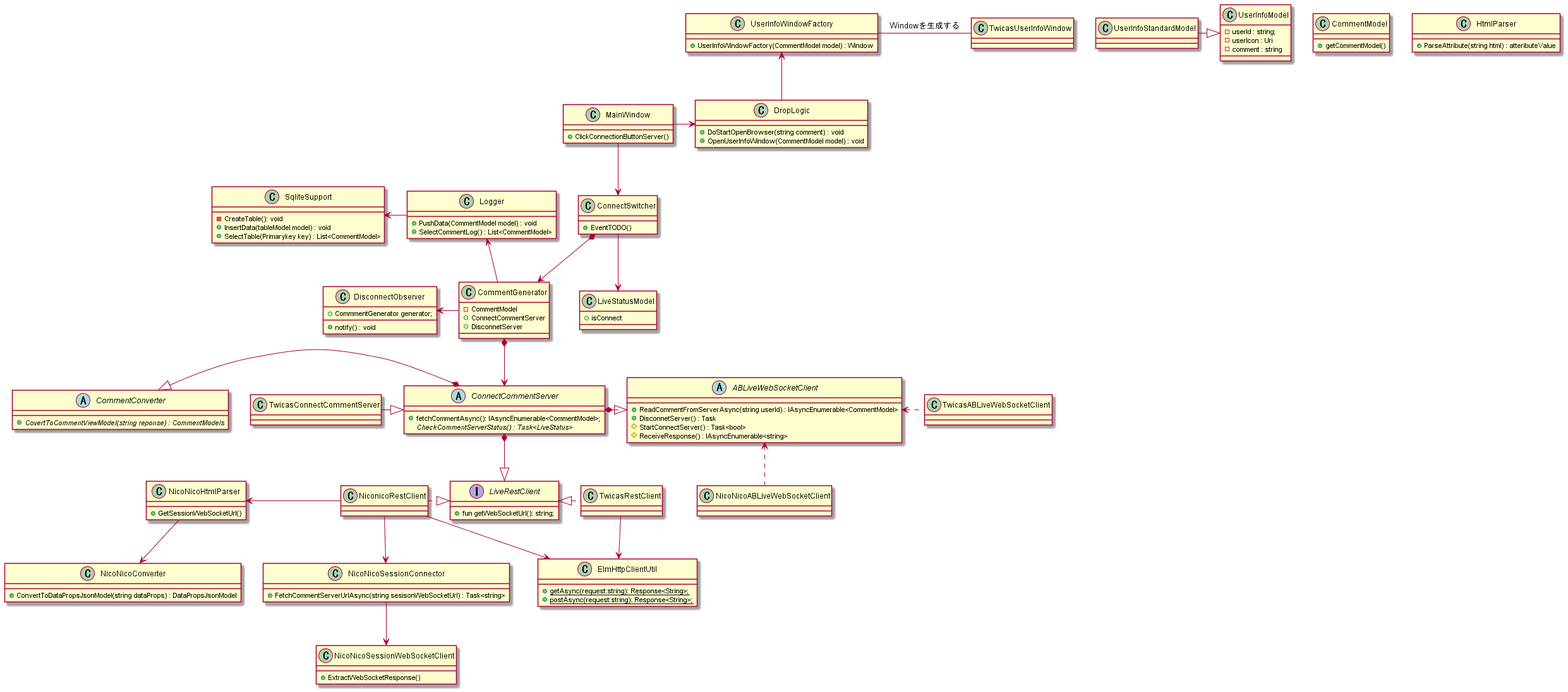
Before: ultra-comment-viewer/out/class-design/model/fetch-comment/コメント取得クラス図.png, a diagram exported from PlantUML (elm-niconico/AppDesign).
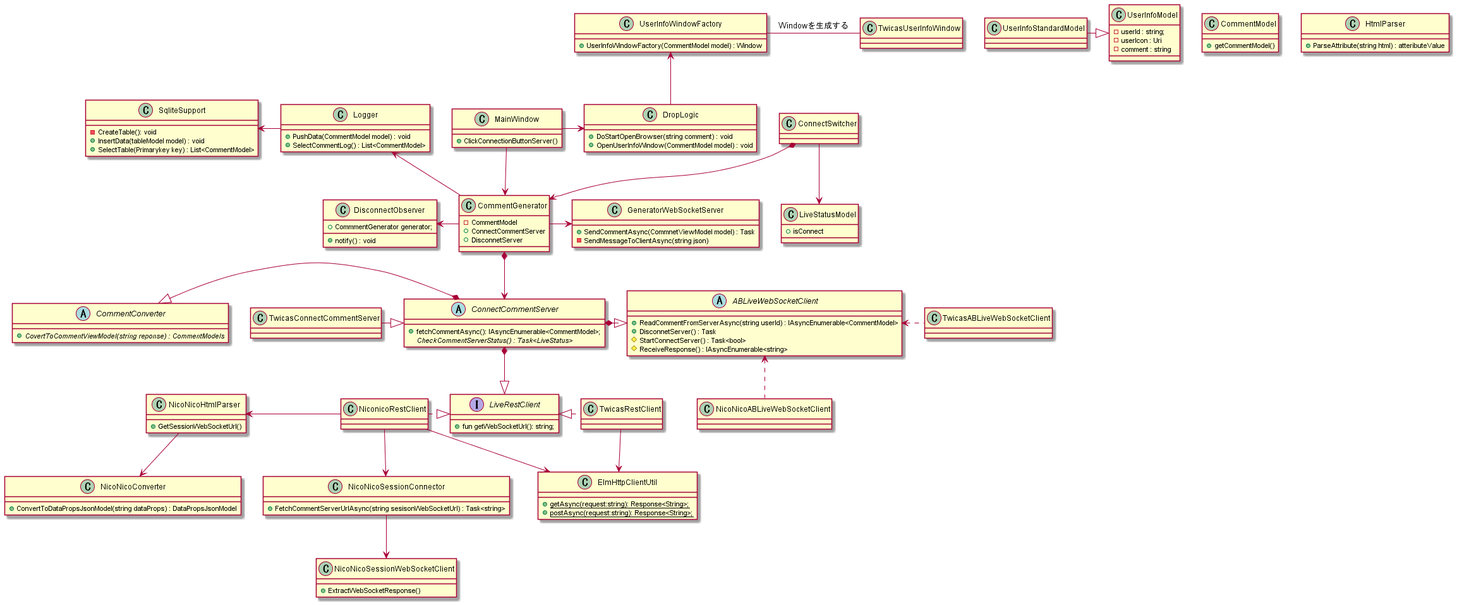
The same file after the commit.

What changed in the source:
```diff
@@ -15,21 +15,17 @@
         + ConnectCommentServer
         + DisconnetServer
     }
-    class ConnectSwitcher{
-        + EventTODO()
+
+    class GeneratorWebSocketServer{
+        + SendCommentAsync(CommnetViewModel model) : Task
+        - SendMessageToClientAsync(string json)
     }
-
-
 
     class UserInfoWindowFactory{
         + UserInfoWindowFactory(CommentModel model) : Window
     }
 
-
-
-
-
-    MainWindow --> ConnectSwitcher
+    MainWindow --> CommentGenerator
     CommentGenerator *-down-> ConnectCommentServer
     ConnectSwitcher *--> CommentGenerator
     ConnectSwitcher --> LiveStatusModel
@@ -115,7 +111,7 @@
         + ExtractWebSocketResponse()
     }
 
-
+    CommentGenerator -> GeneratorWebSocketServer
 
 
     ConnectCommentServer *-left-|> CommentConverter
```
